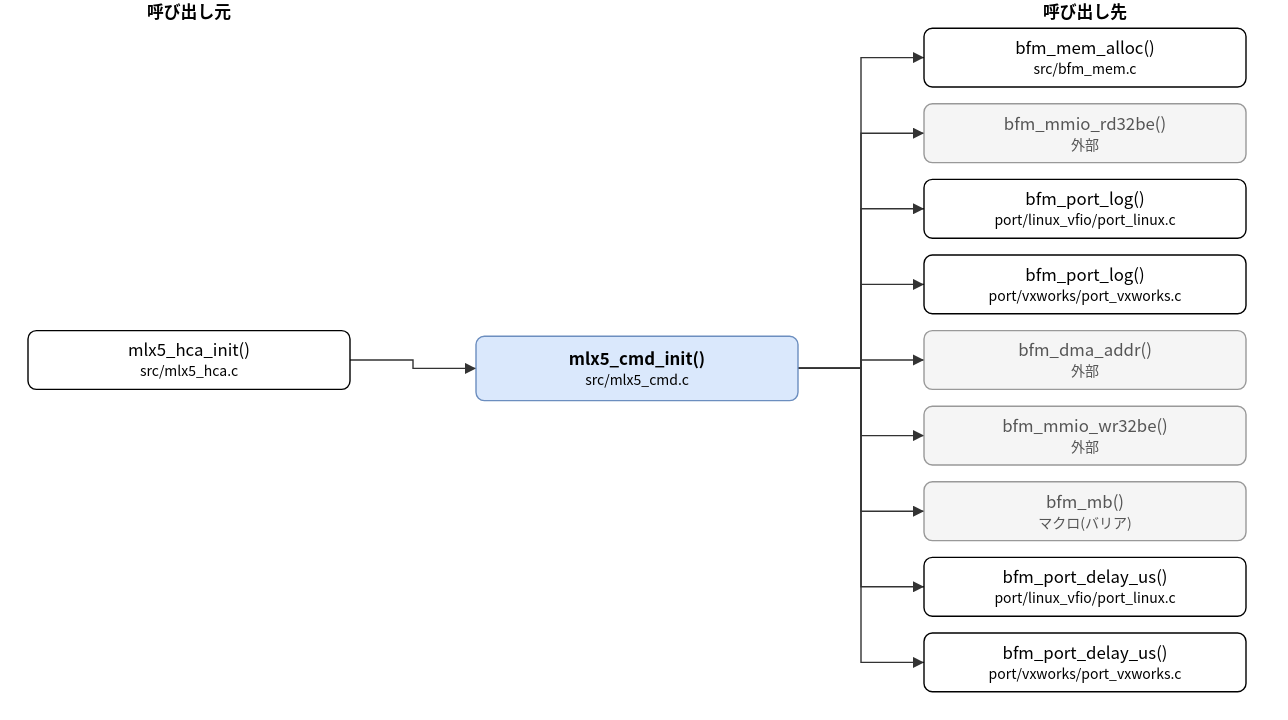
Before: doc/spec/images/call_src_mlx5_cmd-mlx5_cmd_init.drawio.svg, a diagram exported from draw.io (hf355051012-ai/bfmem). Source tidied: cells renumbered, new cells last; positions are measured from the earlier drawing's top-left corner, leaving out a move shared by most shapes. The source it was exported from:
```xml
<mxGraphModel>
  <root>
    <mxCell id="0" />
    <mxCell id="1" parent="0" />
    <mxCell id="2" value="mlx5_cmd_init()&lt;br&gt;&lt;font style=&quot;font-size:10px&quot;&gt;src/mlx5_cmd.c&lt;/font&gt;" style="rounded=1;whiteSpace=wrap;html=1;fillColor=#dae8fc;strokeColor=#6c8ebf;fontStyle=1;" parent="1" vertex="1">
      <mxGeometry x="320" y="240" width="230" height="46" as="geometry" />
    </mxCell>
    <mxCell id="3" value="mlx5_hca_init()&lt;br&gt;&lt;font style=&quot;font-size:10px&quot;&gt;src/mlx5_hca.c&lt;/font&gt;" style="rounded=1;whiteSpace=wrap;html=1;" parent="1" vertex="1">
      <mxGeometry y="236" width="230" height="42" as="geometry" />
    </mxCell>
    <mxCell id="4" value="bfm_mem_alloc()&lt;br&gt;&lt;font style=&quot;font-size:10px&quot;&gt;src/bfm_mem.c&lt;/font&gt;" style="rounded=1;whiteSpace=wrap;html=1;" parent="1" vertex="1">
      <mxGeometry x="640" y="20" width="230" height="42" as="geometry" />
    </mxCell>
    <mxCell id="5" value="bfm_mmio_rd32be()&lt;br&gt;&lt;font style=&quot;font-size:10px&quot;&gt;外部&lt;/font&gt;" style="rounded=1;whiteSpace=wrap;html=1;fillColor=#f5f5f5;strokeColor=#999999;fontColor=#555555;" parent="1" vertex="1">
      <mxGeometry x="640" y="74" width="230" height="42" as="geometry" />
    </mxCell>
    <mxCell id="6" value="bfm_port_log()&lt;br&gt;&lt;font style=&quot;font-size:10px&quot;&gt;port/linux_vfio/port_linux.c&lt;/font&gt;" style="rounded=1;whiteSpace=wrap;html=1;" parent="1" vertex="1">
      <mxGeometry x="640" y="128" width="230" height="42" as="geometry" />
    </mxCell>
    <mxCell id="7" value="bfm_port_log()&lt;br&gt;&lt;font style=&quot;font-size:10px&quot;&gt;port/vxworks/port_vxworks.c&lt;/font&gt;" style="rounded=1;whiteSpace=wrap;html=1;" parent="1" vertex="1">
      <mxGeometry x="640" y="182" width="230" height="42" as="geometry" />
    </mxCell>
    <mxCell id="8" value="bfm_dma_addr()&lt;br&gt;&lt;font style=&quot;font-size:10px&quot;&gt;外部&lt;/font&gt;" style="rounded=1;whiteSpace=wrap;html=1;fillColor=#f5f5f5;strokeColor=#999999;fontColor=#555555;" parent="1" vertex="1">
      <mxGeometry x="640" y="236" width="230" height="42" as="geometry" />
    </mxCell>
    <mxCell id="9" value="bfm_mmio_wr32be()&lt;br&gt;&lt;font style=&quot;font-size:10px&quot;&gt;外部&lt;/font&gt;" style="rounded=1;whiteSpace=wrap;html=1;fillColor=#f5f5f5;strokeColor=#999999;fontColor=#555555;" parent="1" vertex="1">
      <mxGeometry x="640" y="290" width="230" height="42" as="geometry" />
    </mxCell>
    <mxCell id="10" value="bfm_mb()&lt;br&gt;&lt;font style=&quot;font-size:10px&quot;&gt;マクロ(バリア)&lt;/font&gt;" style="rounded=1;whiteSpace=wrap;html=1;fillColor=#f5f5f5;strokeColor=#999999;fontColor=#555555;" parent="1" vertex="1">
      <mxGeometry x="640" y="344" width="230" height="42" as="geometry" />
    </mxCell>
    <mxCell id="11" value="bfm_port_delay_us()&lt;br&gt;&lt;font style=&quot;font-size:10px&quot;&gt;port/linux_vfio/port_linux.c&lt;/font&gt;" style="rounded=1;whiteSpace=wrap;html=1;" parent="1" vertex="1">
      <mxGeometry x="640" y="398" width="230" height="42" as="geometry" />
    </mxCell>
    <mxCell id="12" value="bfm_port_delay_us()&lt;br&gt;&lt;font style=&quot;font-size:10px&quot;&gt;port/vxworks/port_vxworks.c&lt;/font&gt;" style="rounded=1;whiteSpace=wrap;html=1;" parent="1" vertex="1">
      <mxGeometry x="640" y="452" width="230" height="42" as="geometry" />
    </mxCell>
    <mxCell id="13" style="edgeStyle=none;html=1;rounded=0;endArrow=block;endFill=1;exitX=1.0000;exitY=0.5000;exitDx=0;exitDy=0;exitPerimeter=0;entryX=0.0000;entryY=0.5000;entryDx=0;entryDy=0;entryPerimeter=0;" parent="1" edge="1" source="3" target="2">
      <mxGeometry relative="1" as="geometry">
        <Array as="points">
          <mxPoint x="275" y="257" />
          <mxPoint x="275" y="263" />
        </Array>
      </mxGeometry>
    </mxCell>
    <mxCell id="14" style="edgeStyle=none;html=1;rounded=0;endArrow=block;endFill=1;exitX=1.0000;exitY=0.5000;exitDx=0;exitDy=0;exitPerimeter=0;entryX=0.0000;entryY=0.5000;entryDx=0;entryDy=0;entryPerimeter=0;" parent="1" edge="1" source="2" target="4">
      <mxGeometry relative="1" as="geometry">
        <Array as="points">
          <mxPoint x="595" y="263" />
          <mxPoint x="595" y="41" />
        </Array>
      </mxGeometry>
    </mxCell>
    <mxCell id="15" style="edgeStyle=none;html=1;rounded=0;endArrow=block;endFill=1;exitX=1.0000;exitY=0.5000;exitDx=0;exitDy=0;exitPerimeter=0;entryX=0.0000;entryY=0.5000;entryDx=0;entryDy=0;entryPerimeter=0;" parent="1" edge="1" source="2" target="5">
      <mxGeometry relative="1" as="geometry">
        <Array as="points">
          <mxPoint x="595" y="263" />
          <mxPoint x="595" y="95" />
        </Array>
      </mxGeometry>
    </mxCell>
    <mxCell id="16" style="edgeStyle=none;html=1;rounded=0;endArrow=block;endFill=1;exitX=1.0000;exitY=0.5000;exitDx=0;exitDy=0;exitPerimeter=0;entryX=0.0000;entryY=0.5000;entryDx=0;entryDy=0;entryPerimeter=0;" parent="1" edge="1" source="2" target="6">
      <mxGeometry relative="1" as="geometry">
        <Array as="points">
          <mxPoint x="595" y="263" />
          <mxPoint x="595" y="149" />
        </Array>
      </mxGeometry>
    </mxCell>
    <mxCell id="17" style="edgeStyle=none;html=1;rounded=0;endArrow=block;endFill=1;exitX=1.0000;exitY=0.5000;exitDx=0;exitDy=0;exitPerimeter=0;entryX=0.0000;entryY=0.5000;entryDx=0;entryDy=0;entryPerimeter=0;" parent="1" edge="1" source="2" target="7">
      <mxGeometry relative="1" as="geometry">
        <Array as="points">
          <mxPoint x="595" y="263" />
          <mxPoint x="595" y="203" />
        </Array>
      </mxGeometry>
    </mxCell>
    <mxCell id="18" style="edgeStyle=none;html=1;rounded=0;endArrow=block;endFill=1;exitX=1.0000;exitY=0.5000;exitDx=0;exitDy=0;exitPerimeter=0;entryX=0.0000;entryY=0.5000;entryDx=0;entryDy=0;entryPerimeter=0;" parent="1" edge="1" source="2" target="8">
      <mxGeometry relative="1" as="geometry">
        <Array as="points">
          <mxPoint x="595" y="263" />
          <mxPoint x="595" y="257" />
        </Array>
      </mxGeometry>
    </mxCell>
    <mxCell id="19" style="edgeStyle=none;html=1;rounded=0;endArrow=block;endFill=1;exitX=1.0000;exitY=0.5000;exitDx=0;exitDy=0;exitPerimeter=0;entryX=0.0000;entryY=0.5000;entryDx=0;entryDy=0;entryPerimeter=0;" parent="1" edge="1" source="2" target="9">
      <mxGeometry relative="1" as="geometry">
        <Array as="points">
          <mxPoint x="595" y="263" />
          <mxPoint x="595" y="311" />
        </Array>
      </mxGeometry>
    </mxCell>
    <mxCell id="20" style="edgeStyle=none;html=1;rounded=0;endArrow=block;endFill=1;exitX=1.0000;exitY=0.5000;exitDx=0;exitDy=0;exitPerimeter=0;entryX=0.0000;entryY=0.5000;entryDx=0;entryDy=0;entryPerimeter=0;" parent="1" edge="1" source="2" target="10">
      <mxGeometry relative="1" as="geometry">
        <Array as="points">
          <mxPoint x="595" y="263" />
          <mxPoint x="595" y="365" />
        </Array>
      </mxGeometry>
    </mxCell>
    <mxCell id="21" style="edgeStyle=none;html=1;rounded=0;endArrow=block;endFill=1;exitX=1.0000;exitY=0.5000;exitDx=0;exitDy=0;exitPerimeter=0;entryX=0.0000;entryY=0.5000;entryDx=0;entryDy=0;entryPerimeter=0;" parent="1" edge="1" source="2" target="11">
      <mxGeometry relative="1" as="geometry">
        <Array as="points">
          <mxPoint x="595" y="263" />
          <mxPoint x="595" y="419" />
        </Array>
      </mxGeometry>
    </mxCell>
    <mxCell id="22" style="edgeStyle=none;html=1;rounded=0;endArrow=block;endFill=1;exitX=1.0000;exitY=0.5000;exitDx=0;exitDy=0;exitPerimeter=0;entryX=0.0000;entryY=0.5000;entryDx=0;entryDy=0;entryPerimeter=0;" parent="1" edge="1" source="2" target="12">
      <mxGeometry relative="1" as="geometry">
        <Array as="points">
          <mxPoint x="595" y="263" />
          <mxPoint x="595" y="473" />
        </Array>
      </mxGeometry>
    </mxCell>
    <mxCell id="23" value="呼び出し元" style="text;html=1;align=center;fontStyle=1;" parent="1" vertex="1">
      <mxGeometry x="35" width="160" height="18" as="geometry" />
    </mxCell>
    <mxCell id="24" value="呼び出し先" style="text;html=1;align=center;fontStyle=1;" parent="1" vertex="1">
      <mxGeometry x="675" width="160" height="18" as="geometry" />
    </mxCell>
  </root>
</mxGraphModel>
```
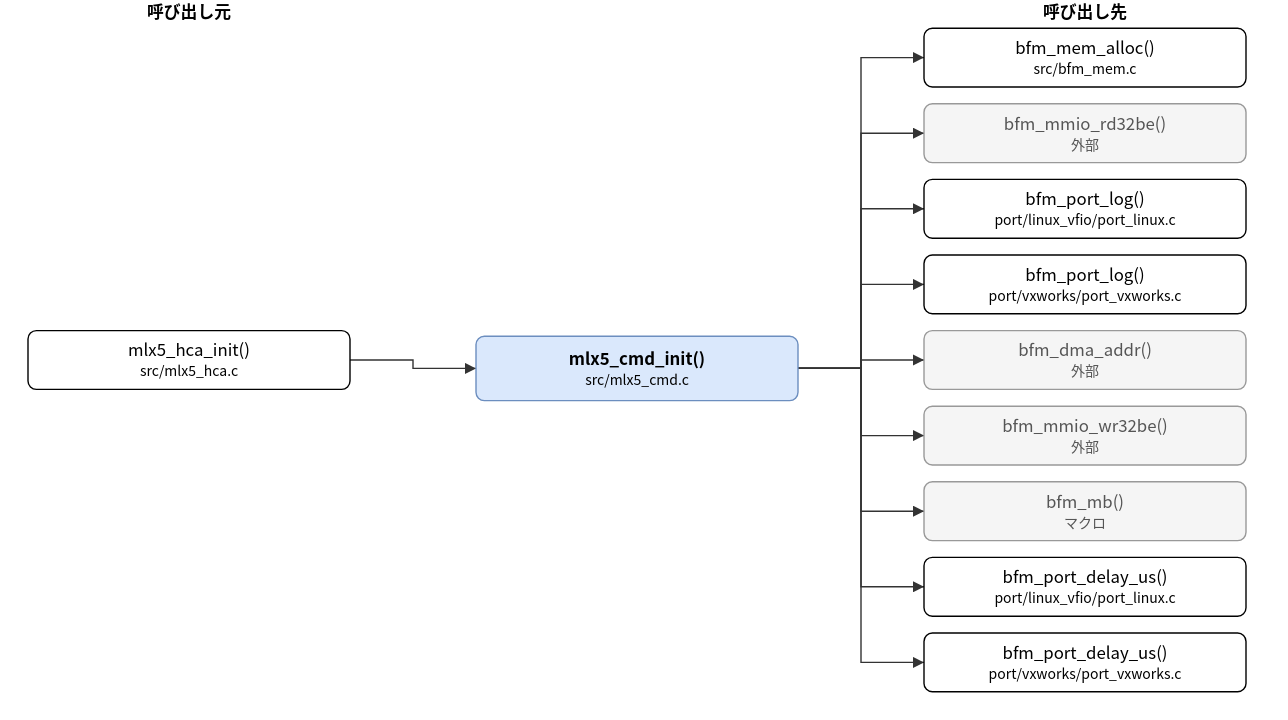
Later version of the same file.

Diff of the diagram source:
```diff
@@ -26,7 +26,7 @@
     <mxCell id="9" value="bfm_mmio_wr32be()&lt;br&gt;&lt;font style=&quot;font-size:10px&quot;&gt;外部&lt;/font&gt;" style="rounded=1;whiteSpace=wrap;html=1;fillColor=#f5f5f5;strokeColor=#999999;fontColor=#555555;" parent="1" vertex="1">
       <mxGeometry x="640" y="290" width="230" height="42" as="geometry" />
     </mxCell>
-    <mxCell id="10" value="bfm_mb()&lt;br&gt;&lt;font style=&quot;font-size:10px&quot;&gt;マクロ(バリア)&lt;/font&gt;" style="rounded=1;whiteSpace=wrap;html=1;fillColor=#f5f5f5;strokeColor=#999999;fontColor=#555555;" parent="1" vertex="1">
+    <mxCell id="10" value="bfm_mb()&lt;br&gt;&lt;font style=&quot;font-size:10px&quot;&gt;マクロ&lt;/font&gt;" style="rounded=1;whiteSpace=wrap;html=1;fillColor=#f5f5f5;strokeColor=#999999;fontColor=#555555;" parent="1" vertex="1">
       <mxGeometry x="640" y="344" width="230" height="42" as="geometry" />
     </mxCell>
     <mxCell id="11" value="bfm_port_delay_us()&lt;br&gt;&lt;font style=&quot;font-size:10px&quot;&gt;port/linux_vfio/port_linux.c&lt;/font&gt;" style="rounded=1;whiteSpace=wrap;html=1;" parent="1" vertex="1">
```
